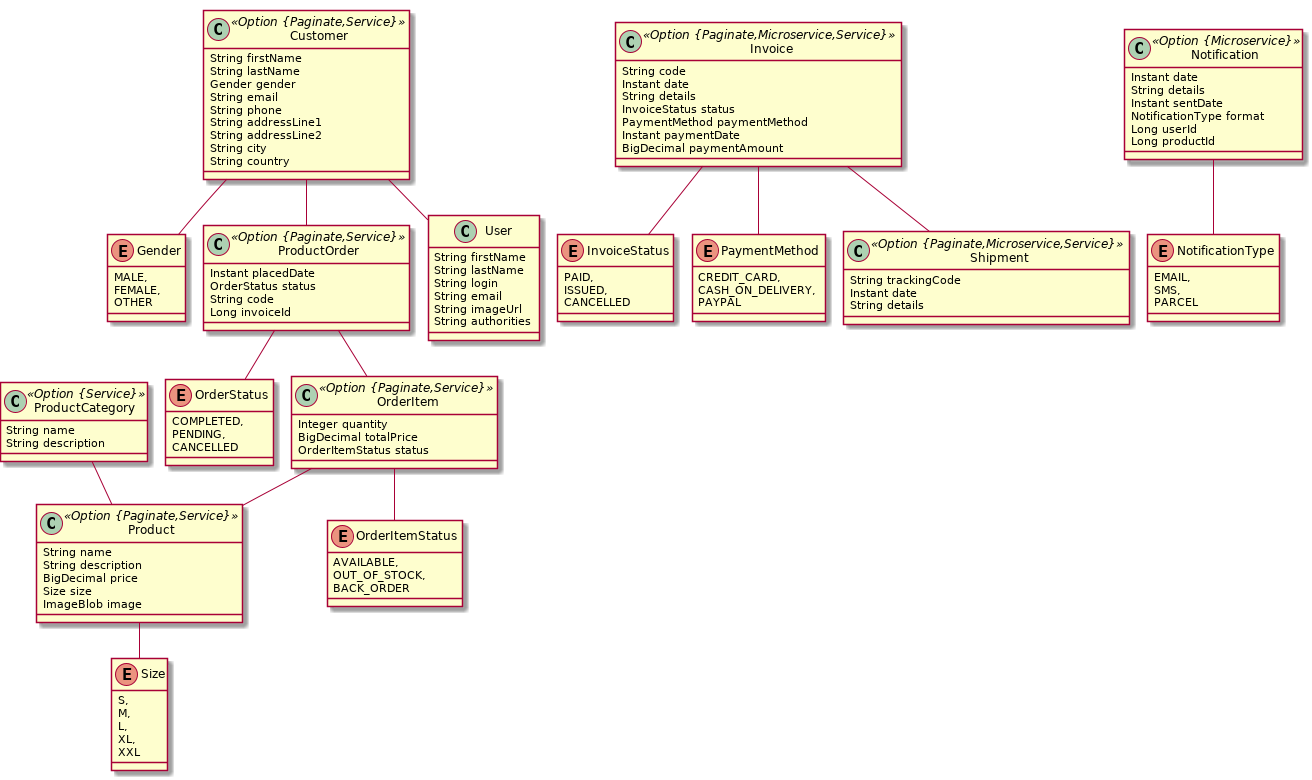
The PlantUML diagram app.png in Gustibimo/ecommerce-service-mesh, before a commit. Source of this version:
```plantuml
@startuml
	!pragma graphviz_dot jdot
	!pragma syntax class
	class Product <<Option {Paginate,Service}>> {
		String name
		String description
		BigDecimal price
		Size size
		ImageBlob image
	}
	Product ..> Size
	enum Size {
		S,
		M,
		L,
		XL,
		XXL
	}
	class ProductCategory <<Option {Service}>> {
		String name
		String description
	}
	class Customer <<Option {Paginate,Service}>> {
		String firstName
		String lastName
		Gender gender
		String email
		String phone
		String addressLine1
		String addressLine2
		String city
		String country
	}
	Customer ..> Gender
	enum Gender {
		MALE,
		FEMALE,
		OTHER
	}
	class ProductOrder <<Option {Paginate,Service}>> {
		Instant placedDate
		OrderStatus status
		String code
		Long invoiceId
	}
	ProductOrder ..> OrderStatus
	enum OrderStatus {
		COMPLETED,
		PENDING,
		CANCELLED
	}
	class OrderItem <<Option {Paginate,Service}>> {
		Integer quantity
		BigDecimal totalPrice
		OrderItemStatus status
	}
	OrderItem ..> OrderItemStatus
	enum OrderItemStatus {
		AVAILABLE,
		OUT_OF_STOCK,
		BACK_ORDER
	}
	Customer  "user(login) 0..1 " -- "0..1 "  User
	OrderItem  "product(name)  1..* " o-- "0..1 "  Product
	Customer  "order 0..1 " --o "customer(email)  1..* "  ProductOrder
	ProductOrder  "orderItem 0..1 " --o "order(code)  1..* "  OrderItem
	ProductCategory  "product 0..1 " --o "productCategory(name) 0..* "  Product
	class Invoice <<Option {Paginate,Microservice,Service}>> {
		String code
		Instant date
		String details
		InvoiceStatus status
		PaymentMethod paymentMethod
		Instant paymentDate
		BigDecimal paymentAmount
	}
	Invoice ..> InvoiceStatus
	Invoice ..> PaymentMethod
	enum InvoiceStatus {
		PAID,
		ISSUED,
		CANCELLED
	}
	class Shipment <<Option {Paginate,Microservice,Service}>> {
		String trackingCode
		Instant date
		String details
	}
	enum PaymentMethod {
		CREDIT_CARD,
		CASH_ON_DELIVERY,
		PAYPAL
	}
	Invoice  "shipment 0..1 " --o "invoice(code)  1..* "  Shipment
	class Notification <<Option {Microservice}>> {
		Instant date
		String details
		Instant sentDate
		NotificationType format
		Long userId
		Long productId
	}
	Notification ..> NotificationType
	enum NotificationType {
		EMAIL,
		SMS,
		PARCEL
	}
	class User  {
		String firstName
		String lastName
		String login
		String email
		String imageUrl
		String authorities
	}
@enduml
```
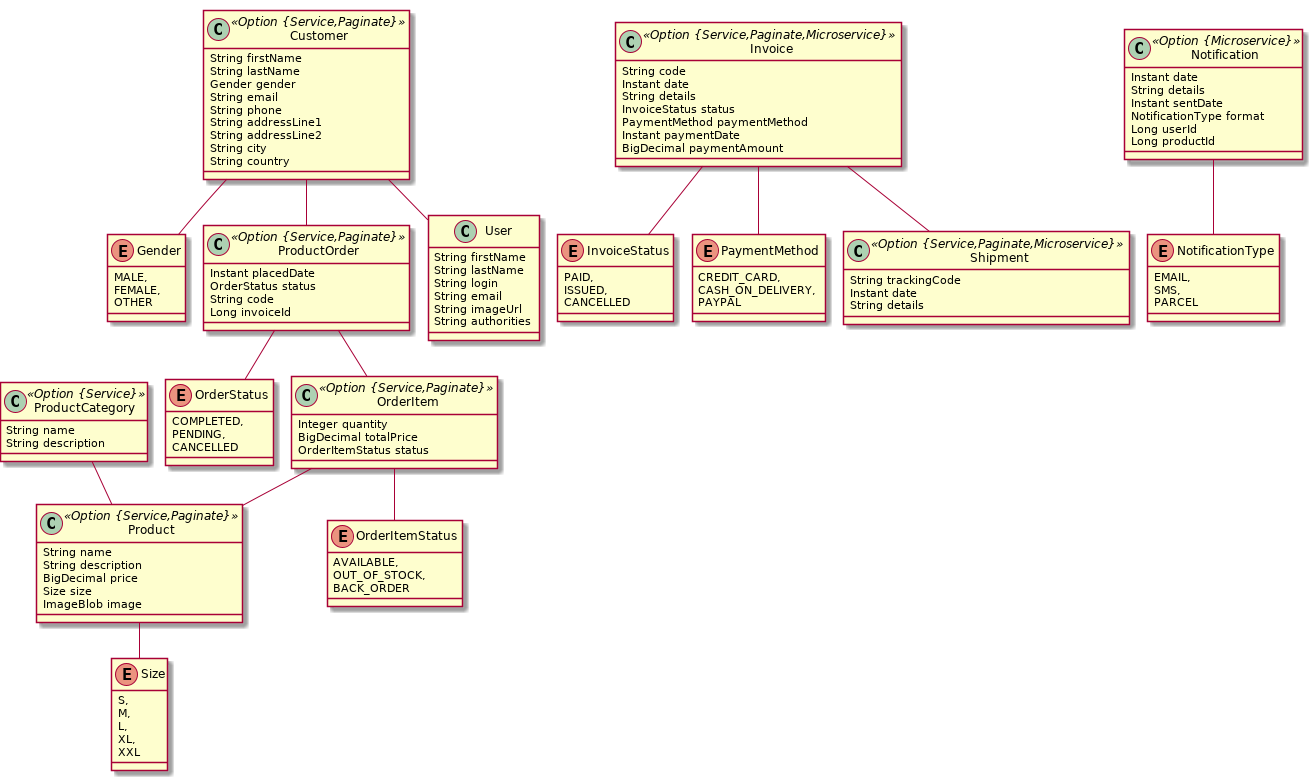
The same file after the commit.

The edit, as a diff of the source:
```diff
@@ -1,7 +1,7 @@
 @startuml
 	!pragma graphviz_dot jdot
 	!pragma syntax class
-	class Product <<Option {Paginate,Service}>> {
+	class Product <<Option {Service,Paginate}>> {
 		String name
 		String description
 		BigDecimal price
@@ -20,7 +20,7 @@
 		String name
 		String description
 	}
-	class Customer <<Option {Paginate,Service}>> {
+	class Customer <<Option {Service,Paginate}>> {
 		String firstName
 		String lastName
 		Gender gender
@@ -37,7 +37,7 @@
 		FEMALE,
 		OTHER
 	}
-	class ProductOrder <<Option {Paginate,Service}>> {
+	class ProductOrder <<Option {Service,Paginate}>> {
 		Instant placedDate
 		OrderStatus status
 		String code
@@ -49,7 +49,7 @@
 		PENDING,
 		CANCELLED
 	}
-	class OrderItem <<Option {Paginate,Service}>> {
+	class OrderItem <<Option {Service,Paginate}>> {
 		Integer quantity
 		BigDecimal totalPrice
 		OrderItemStatus status
@@ -65,7 +65,7 @@
 	Customer  "order 0..1 " --o "customer(email)  1..* "  ProductOrder
 	ProductOrder  "orderItem 0..1 " --o "order(code)  1..* "  OrderItem
 	ProductCategory  "product 0..1 " --o "productCategory(name) 0..* "  Product
-	class Invoice <<Option {Paginate,Microservice,Service}>> {
+	class Invoice <<Option {Service,Paginate,Microservice}>> {
 		String code
 		Instant date
 		String details
@@ -81,7 +81,7 @@
 		ISSUED,
 		CANCELLED
 	}
-	class Shipment <<Option {Paginate,Microservice,Service}>> {
+	class Shipment <<Option {Service,Paginate,Microservice}>> {
 		String trackingCode
 		Instant date
 		String details
```
